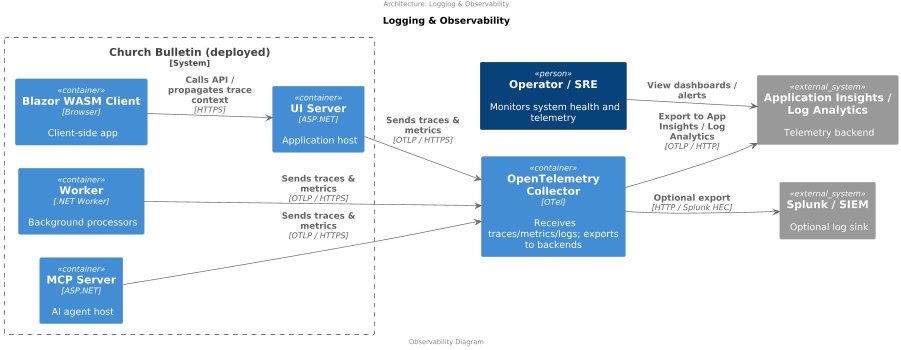
Earlier version of the PlantUML export arch/arch-logging-observability.png (ClearMeasureLabs/bootcamp-palermo-workorders).
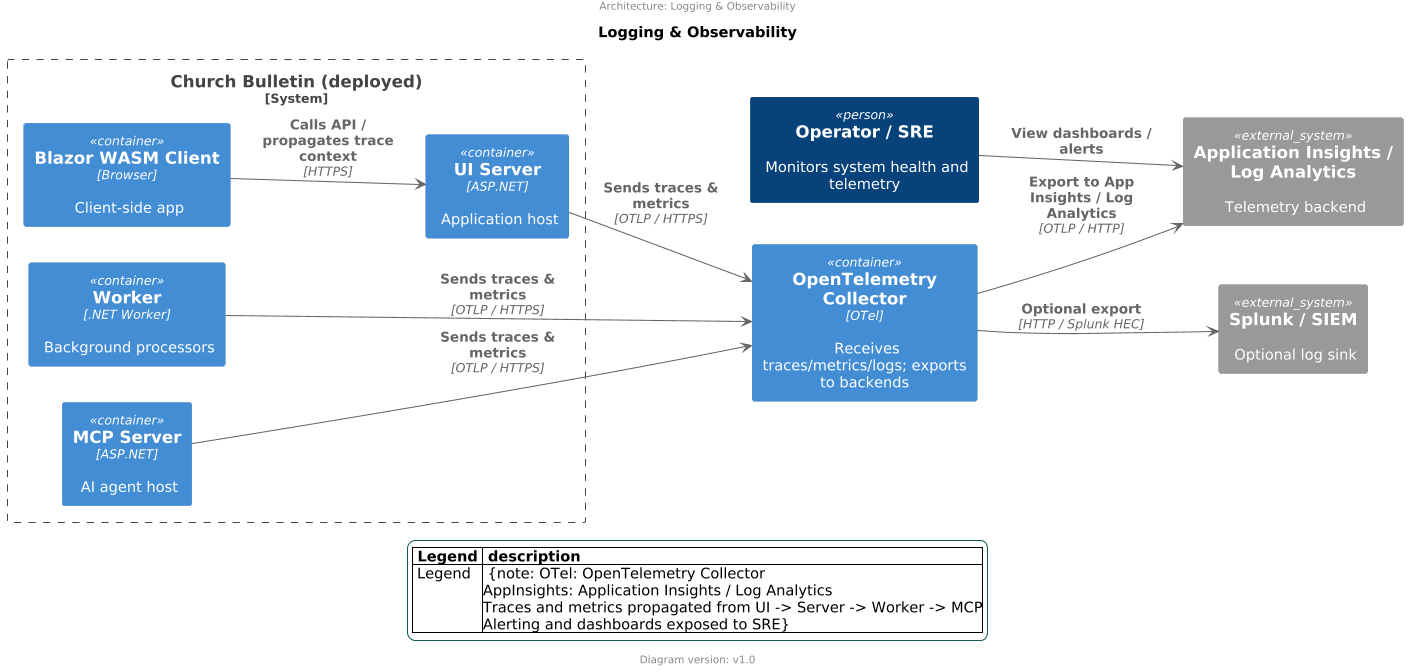
Later version of the same file.

What changed in the source:
```diff
@@ -1,4 +1,5 @@
 @startuml
+!includeurl https://raw.githubusercontent.com/ClearMeasureLabs/bootcamp-palermo-workorders/docs/architecture-enhancements/arch/templates/plantuml-theme.puml
 
 scale 2/3
 left to right direction
@@ -33,7 +34,6 @@
 
 Rel(ops, appInsights, "View dashboards / alerts")
 
-center footer
-    Observability Diagram
-endfooter
+LEGEND("Legend","OTel: OpenTelemetry Collector\nAppInsights: Application Insights / Log Analytics\nTraces and metrics propagated from UI -> Server -> Worker -> MCP\nAlerting and dashboards exposed to SRE")
+FOOTER()
 @enduml
```
